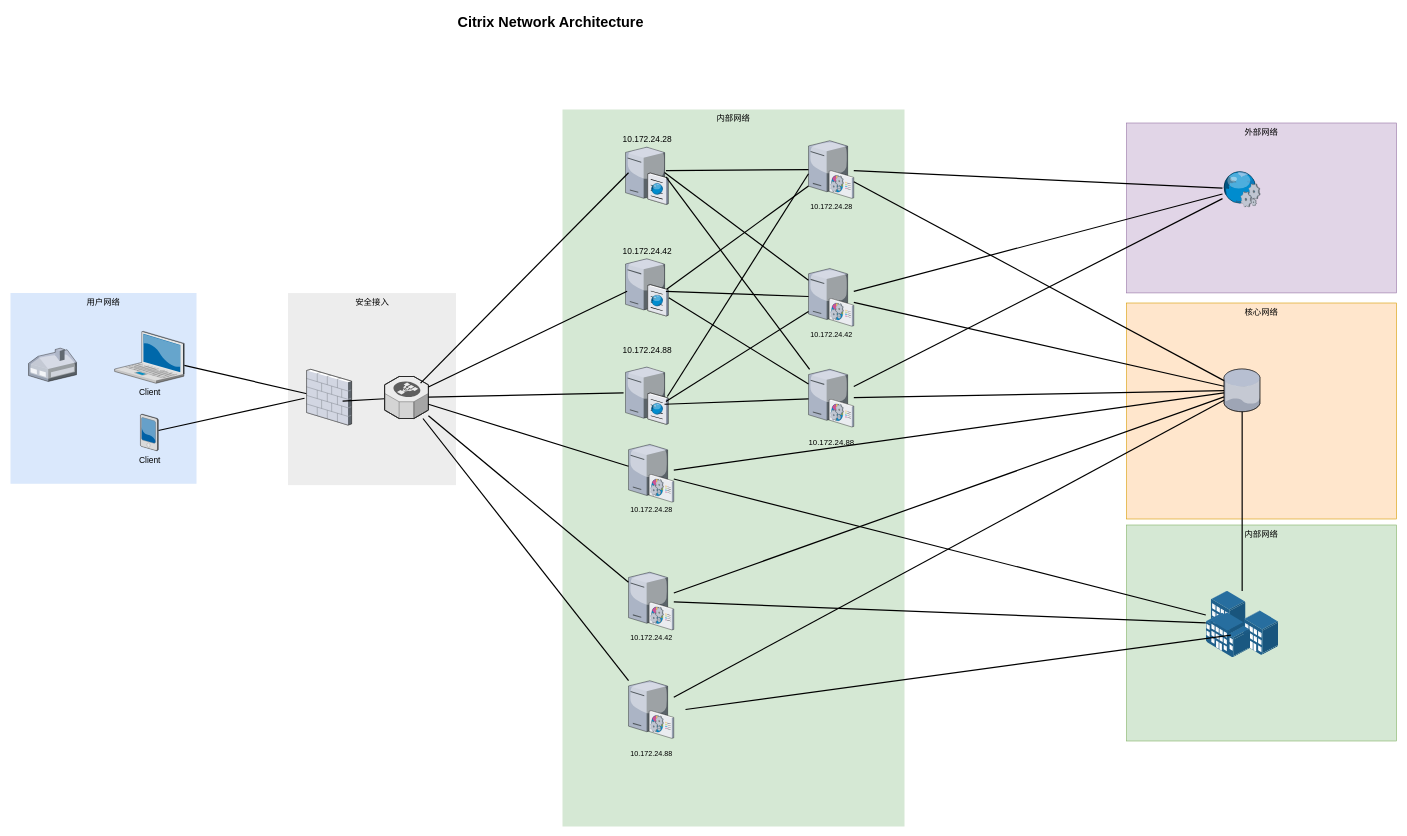
Above: 未命名绘图.drawio in storm0816/back_admin (draw.io), before the change. Source tidied: cells renumbered, new cells numbered last; positions are measured from the earlier drawing's top-left corner, leaving out a move shared by most shapes. Both pictures are drawn from the tidied source at 60%, with x=0, y=0 at pixel (10, 10).
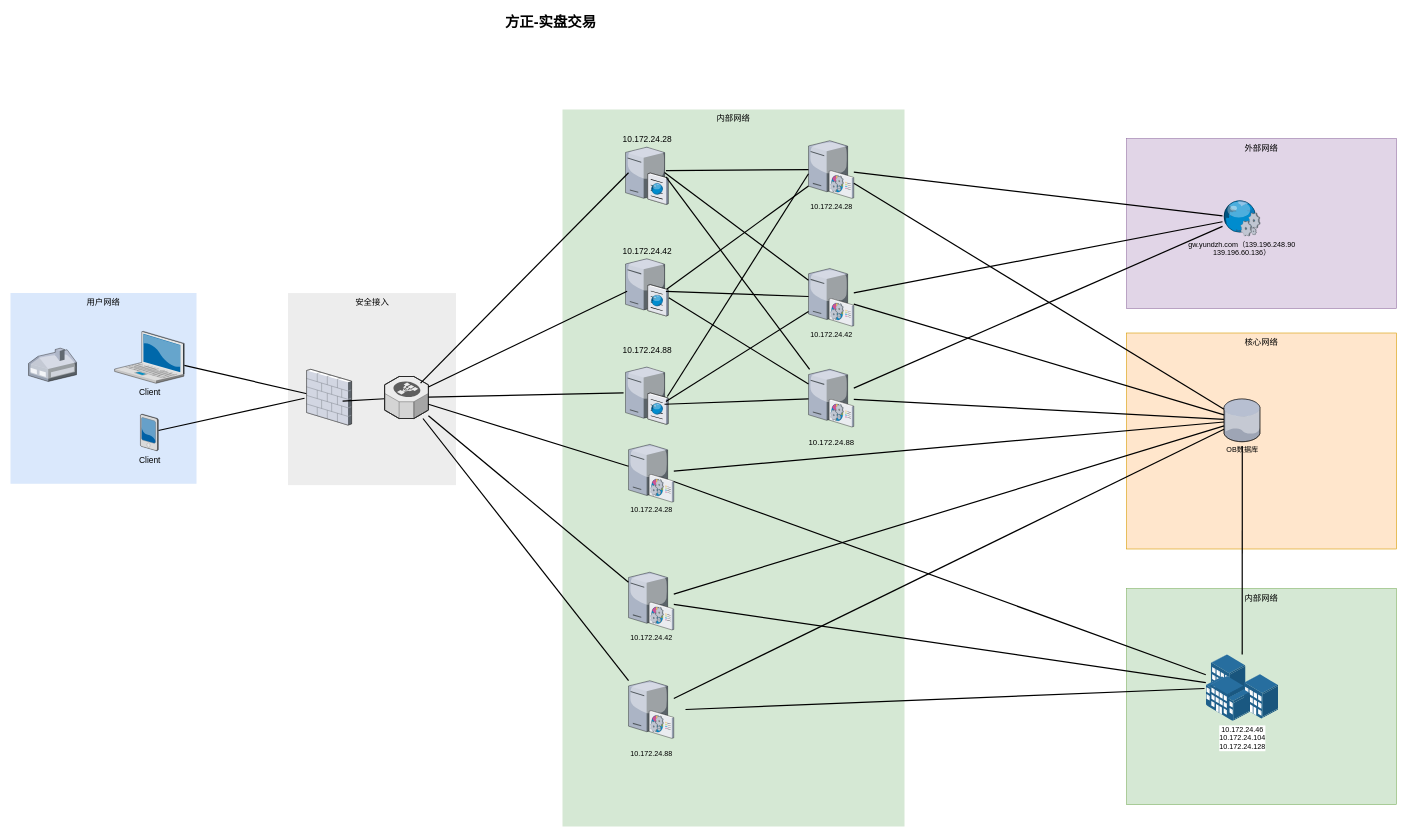
After the change.

Commit message:
方正-实盘交易.drawio

Change to the diagram source:
```diff
@@
     <mxCell id="2" value="核心网络" style="whiteSpace=wrap;html=1;fillColor=#ffe6cc;fontSize=14;strokeColor=#d79b00;verticalAlign=top;" parent="1" vertex="1">
-      <mxGeometry x="1860" y="487.5" width="450" height="360" as="geometry" />
+      <mxGeometry x="1860" y="537.5" width="450" height="360" as="geometry" />
     </mxCell>
     <mxCell id="3" value="外部网络" style="whiteSpace=wrap;html=1;fillColor=#e1d5e7;fontSize=14;strokeColor=#9673a6;verticalAlign=top;" parent="1" vertex="1">
-      <mxGeometry x="1860" y="187.5" width="450" height="283.2" as="geometry" />
+      <mxGeometry x="1860" y="213.5" width="450" height="283.2" as="geometry" />
     </mxCell>
     <mxCell id="4" value="内部网络" style="whiteSpace=wrap;html=1;fillColor=#d5e8d4;fontSize=14;strokeColor=#82b366;verticalAlign=top;" parent="1" vertex="1">
-      <mxGeometry x="1860" y="857.5" width="450" height="360" as="geometry" />
+      <mxGeometry x="1860" y="963.5" width="450" height="360" as="geometry" />
     </mxCell>
@@
-    <mxCell id="16" value="Citrix Network Architecture" style="text;strokeColor=none;fillColor=none;html=1;fontSize=24;fontStyle=1;verticalAlign=middle;align=center;" parent="1" vertex="1">
+    <mxCell id="16" value="方正-实盘交易" style="text;strokeColor=none;fillColor=none;html=1;fontSize=24;fontStyle=1;verticalAlign=middle;align=center;" parent="1" vertex="1">
       <mxGeometry x="469" width="861" height="40" as="geometry" />
     </mxCell>
@@
-    <mxCell id="36" style="verticalLabelPosition=bottom;sketch=0;html=1;verticalAlign=top;strokeColor=none;align=center;outlineConnect=0;shape=mxgraph.citrix.web_service;" parent="1" vertex="1">
-      <mxGeometry x="2020" y="267.5" width="63" height="60" as="geometry" />
+    <mxCell id="36" value="&lt;div&gt;gw.yundzh.com（139.196.248.90&lt;/div&gt;&lt;div&gt;139.196.60.136）&lt;/div&gt;" style="verticalLabelPosition=bottom;sketch=0;html=1;verticalAlign=top;strokeColor=none;align=center;outlineConnect=0;shape=mxgraph.citrix.web_service;" parent="1" vertex="1">
+      <mxGeometry x="2020" y="316" width="63" height="60" as="geometry" />
     </mxCell>
@@
-    <mxCell id="45" style="verticalLabelPosition=bottom;sketch=0;html=1;verticalAlign=top;strokeColor=#d79b00;align=center;outlineConnect=0;shape=mxgraph.citrix.database;fillColor=#ffe6cc;" parent="1" vertex="1">
-      <mxGeometry x="2022.5" y="597.5" width="60.5" height="71.2" as="geometry" />
+    <mxCell id="45" value="OB数据库&lt;div&gt;&lt;br&gt;&lt;/div&gt;" style="verticalLabelPosition=bottom;sketch=0;html=1;verticalAlign=top;strokeColor=#d79b00;align=center;outlineConnect=0;shape=mxgraph.citrix.database;fillColor=#ffe6cc;" parent="1" vertex="1">
+      <mxGeometry x="2022.5" y="647.5" width="60.5" height="71.2" as="geometry" />
     </mxCell>
@@
-    <mxCell id="52" style="image;points=[];html=1;align=center;shadow=0;dashed=0;image=img/lib/allied_telesis/buildings/Building_Cluster.svg;" parent="1" vertex="1">
-      <mxGeometry x="1992.2" y="967.5" width="121.2" height="111" as="geometry" />
+    <mxCell id="52" value="&lt;div&gt;10.172.24.46&lt;/div&gt;&lt;div&gt;10.172.24.104&lt;/div&gt;&lt;div&gt;10.172.24.128&lt;/div&gt;" style="image;points=[];html=1;align=center;shadow=0;dashed=0;image=img/lib/allied_telesis/buildings/Building_Cluster.svg;" parent="1" vertex="1">
+      <mxGeometry x="1992.2" y="1073.5" width="121.2" height="111" as="geometry" />
     </mxCell>
@@
     <mxCell id="54" style="edgeStyle=none;rounded=0;html=1;startSize=10;endSize=10;jettySize=auto;orthogonalLoop=1;fontSize=14;endArrow=none;endFill=0;strokeWidth=2;" parent="1" edge="1">
       <mxGeometry relative="1" as="geometry">
-        <mxPoint x="2034" y="1041" as="sourcePoint" />
+        <mxPoint x="1990" y="1130" as="sourcePoint" />
         <mxPoint x="1125" y="1165" as="targetPoint" />
       </mxGeometry>
     </mxCell>
@@
-    <mxCell id="56" style="edgeStyle=none;rounded=0;html=1;startSize=10;endSize=10;jettySize=auto;fontSize=14;endArrow=none;endFill=0;strokeWidth=2;" parent="1" edge="1" source="52" target="45">
-      <mxGeometry relative="1" as="geometry" />
+    <mxCell id="56" style="edgeStyle=none;rounded=0;html=1;startSize=10;endSize=10;jettySize=auto;fontSize=14;endArrow=none;endFill=0;strokeWidth=2;" parent="1" edge="1" source="52">
+      <mxGeometry relative="1" as="geometry">
+        <mxPoint x="2053" y="726" as="targetPoint" />
+      </mxGeometry>
     </mxCell>
```
